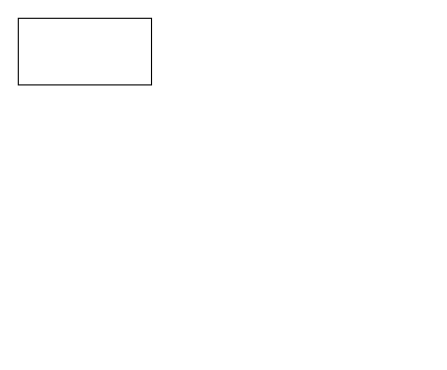
AdinaildoRibeiro/aluracord-matrix keeps this draw.io diagram as DAS.drawio. Above is the earlier version. Source tidied: cells renumbered, new cells numbered last; positions are measured from the earlier drawing's top-left corner, leaving out a move shared by most shapes. Both pictures are drawn from the tidied source at 111%, with x=0, y=0 at pixel (18, 18).
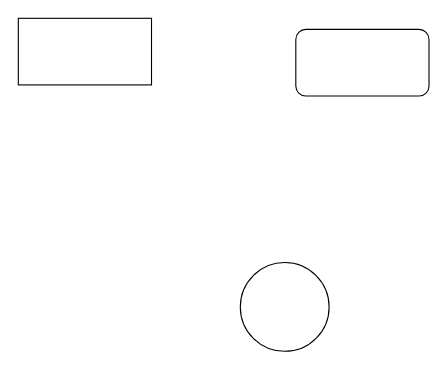
The same page after the edit.

Change to the diagram source:
```diff
@@
 <mxGraphModel>
   <root>
     <mxCell id="0" />
     <mxCell id="1" parent="0" />
     <mxCell id="2" style="rounded=0;whiteSpace=wrap;html=1;" parent="1" vertex="1">
       <mxGeometry width="120" height="60" as="geometry" />
     </mxCell>
+    <mxCell id="3" style="rounded=1;whiteSpace=wrap;html=1;" parent="1" vertex="1">
+      <mxGeometry x="250" y="10" width="120" height="60" as="geometry" />
+    </mxCell>
+    <mxCell id="4" style="ellipse;whiteSpace=wrap;html=1;" parent="1" vertex="1">
+      <mxGeometry x="200" y="220" width="80" height="80" as="geometry" />
+    </mxCell>
   </root>
 </mxGraphModel>
```
